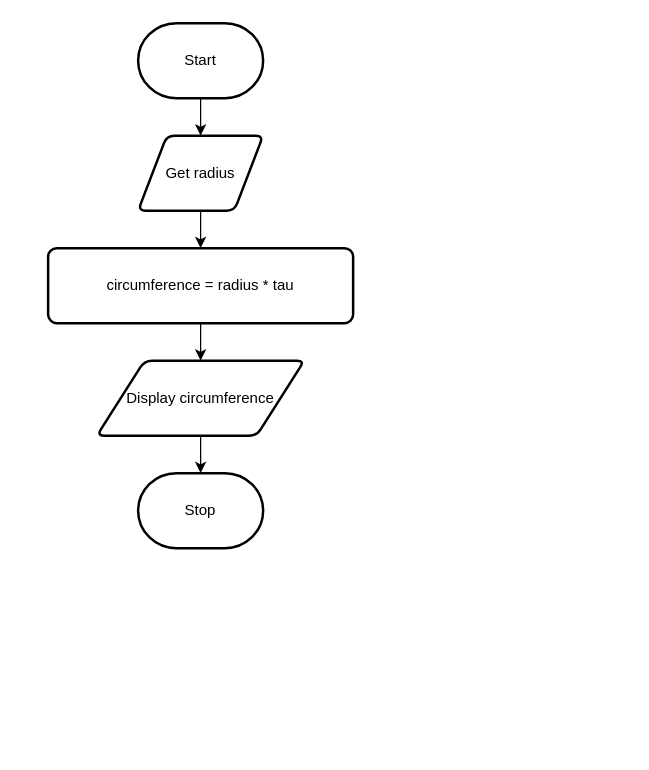
Above: page "Flowchart" (2 of 2) of design.drawio in Samuel-Webster-178/ICS3U-Unit3-Unit3-07-Python (draw.io), before the change. Source tidied: cells renumbered, new cells numbered last; positions are measured from the earlier drawing's top-left corner, leaving out a move shared by most shapes. Both pictures are drawn from the tidied source at 125%, with x=0, y=0 at pixel (48, 22).
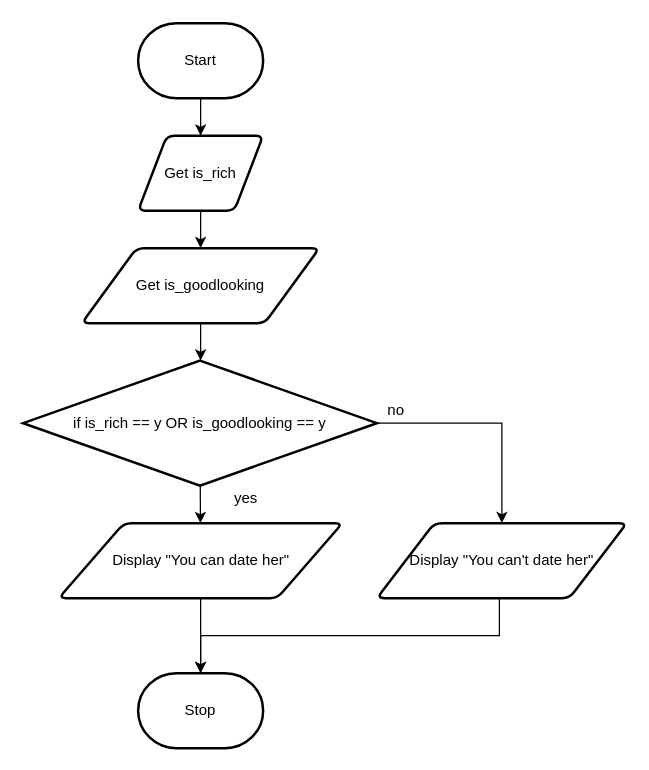
After the change.

Diff of the diagram source:
```diff
@@
-    <mxCell id="4" style="edgeStyle=none;html=1;" parent="1" edge="1" source="5" target="7">
-      <mxGeometry relative="1" as="geometry" />
+    <mxCell id="4" style="edgeStyle=none;html=1;" parent="1" edge="1" source="5">
+      <mxGeometry relative="1" as="geometry">
+        <mxPoint x="122" y="180" as="targetPoint" />
+      </mxGeometry>
     </mxCell>
-    <mxCell id="5" value="Get radius" style="shape=parallelogram;html=1;strokeWidth=2;perimeter=parallelogramPerimeter;whiteSpace=wrap;rounded=1;arcSize=12;size=0.23;" parent="1" vertex="1">
+    <mxCell id="5" value="Get is_rich" style="shape=parallelogram;html=1;strokeWidth=2;perimeter=parallelogramPerimeter;whiteSpace=wrap;rounded=1;arcSize=12;size=0.23;" parent="1" vertex="1">
       <mxGeometry x="72" y="90" width="100" height="60" as="geometry" />
     </mxCell>
-    <mxCell id="6" style="edgeStyle=none;html=1;" parent="1" edge="1" source="7" target="9">
-      <mxGeometry relative="1" as="geometry" />
+    <mxCell id="6" style="edgeStyle=none;html=1;" parent="1" edge="1">
+      <mxGeometry relative="1" as="geometry">
+        <mxPoint x="122" y="240" as="sourcePoint" />
+        <mxPoint x="122" y="270" as="targetPoint" />
+      </mxGeometry>
     </mxCell>
-    <mxCell id="7" value="circumference = radius * tau" style="rounded=1;whiteSpace=wrap;html=1;absoluteArcSize=1;arcSize=14;strokeWidth=2;" parent="1" vertex="1">
-      <mxGeometry y="180" width="244" height="60" as="geometry" />
-    </mxCell>
-    <mxCell id="8" style="edgeStyle=none;html=1;" parent="1" edge="1" source="9" target="10">
-      <mxGeometry relative="1" as="geometry" />
-    </mxCell>
-    <mxCell id="9" value="Display circumference" style="shape=parallelogram;html=1;strokeWidth=2;perimeter=parallelogramPerimeter;whiteSpace=wrap;rounded=1;arcSize=12;size=0.23;" parent="1" vertex="1">
-      <mxGeometry x="39" y="270" width="166" height="60" as="geometry" />
-    </mxCell>
     <mxCell id="10" value="Stop" style="strokeWidth=2;html=1;shape=mxgraph.flowchart.terminator;whiteSpace=wrap;" parent="1" vertex="1">
-      <mxGeometry x="72" y="360" width="100" height="60" as="geometry" />
+      <mxGeometry x="72" y="520" width="100" height="60" as="geometry" />
     </mxCell>
+    <mxCell id="11" value="Get is_goodlooking" style="shape=parallelogram;html=1;strokeWidth=2;perimeter=parallelogramPerimeter;whiteSpace=wrap;rounded=1;arcSize=12;size=0.23;" parent="1" vertex="1">
+      <mxGeometry x="27" y="180" width="190" height="60" as="geometry" />
+    </mxCell>
+    <mxCell id="12" style="edgeStyle=orthogonalEdgeStyle;rounded=0;html=1;entryX=0.5;entryY=0;entryDx=0;entryDy=0;entryPerimeter=0;" parent="1" edge="1" source="13" target="10">
+      <mxGeometry relative="1" as="geometry" />
+    </mxCell>
+    <mxCell id="13" value="Display &quot;You can date her&quot;" style="shape=parallelogram;html=1;strokeWidth=2;perimeter=parallelogramPerimeter;whiteSpace=wrap;rounded=1;arcSize=12;size=0.23;" parent="1" vertex="1">
+      <mxGeometry x="8.5" y="400" width="227" height="60" as="geometry" />
+    </mxCell>
+    <mxCell id="14" style="edgeStyle=none;html=1;" parent="1" edge="1" source="16" target="13">
+      <mxGeometry relative="1" as="geometry" />
+    </mxCell>
+    <mxCell id="15" style="edgeStyle=orthogonalEdgeStyle;html=1;entryX=0.5;entryY=0;entryDx=0;entryDy=0;rounded=0;" parent="1" edge="1" source="16" target="18">
+      <mxGeometry relative="1" as="geometry">
+        <Array as="points">
+          <mxPoint x="363" y="320" />
+        </Array>
+      </mxGeometry>
+    </mxCell>
+    <mxCell id="16" value="if is_rich == y OR is_goodlooking == y" style="strokeWidth=2;html=1;shape=mxgraph.flowchart.decision;whiteSpace=wrap;" parent="1" vertex="1">
+      <mxGeometry x="-20" y="270" width="283" height="100" as="geometry" />
+    </mxCell>
+    <mxCell id="17" style="edgeStyle=orthogonalEdgeStyle;rounded=0;html=1;" parent="1" edge="1" source="18" target="10">
+      <mxGeometry relative="1" as="geometry">
+        <Array as="points">
+          <mxPoint x="361" y="490" />
+          <mxPoint x="122" y="490" />
+        </Array>
+      </mxGeometry>
+    </mxCell>
+    <mxCell id="18" value="Display &quot;You can't date her&quot;" style="shape=parallelogram;html=1;strokeWidth=2;perimeter=parallelogramPerimeter;whiteSpace=wrap;rounded=1;arcSize=12;size=0.23;" parent="1" vertex="1">
+      <mxGeometry x="263" y="400" width="200" height="60" as="geometry" />
+    </mxCell>
+    <mxCell id="19" value="yes" style="text;html=1;align=center;verticalAlign=middle;strokeColor=none;fillColor=none;" parent="1" vertex="1">
+      <mxGeometry x="143" y="370" width="30" height="20" as="geometry" />
+    </mxCell>
+    <mxCell id="20" value="no" style="text;html=1;align=center;verticalAlign=middle;strokeColor=none;fillColor=none;" parent="1" vertex="1">
+      <mxGeometry x="263" y="300" width="30" height="20" as="geometry" />
+    </mxCell>
```
